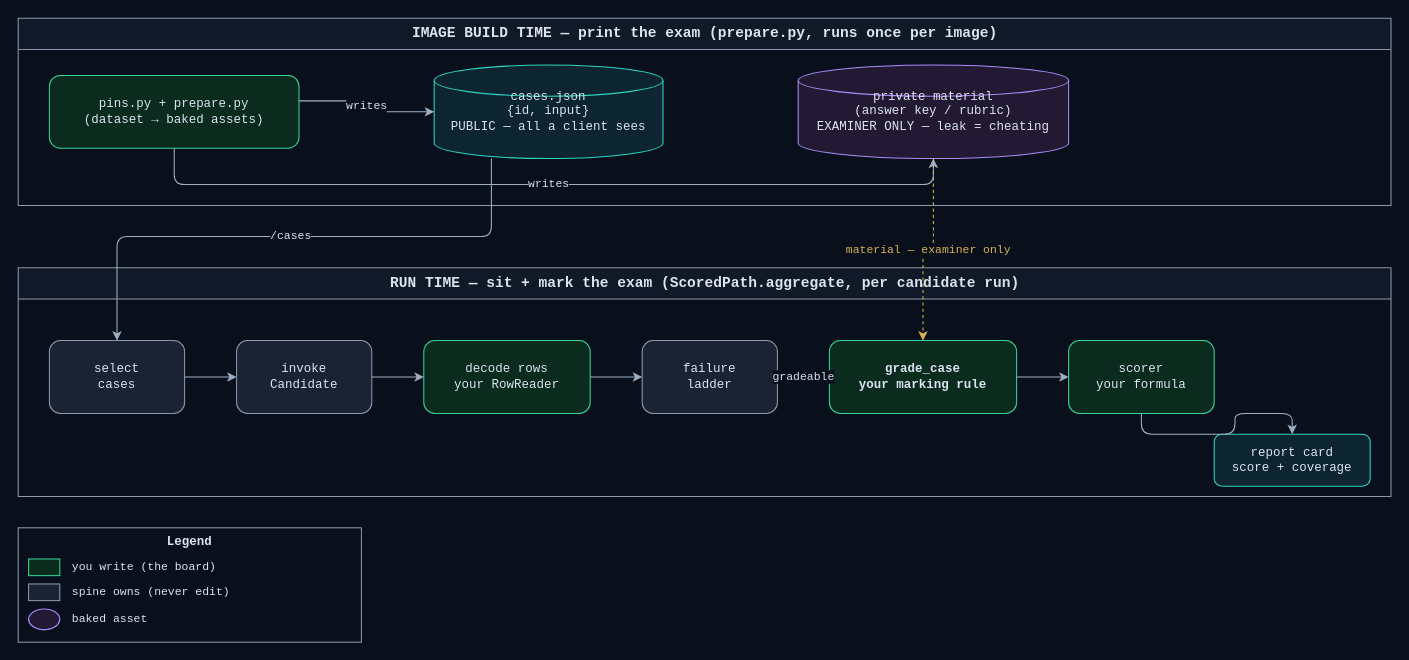
Before: apps/screamingface-engine/docs/diagrams/benchmark-authoring-seam.drawio in ScreamingFace/screamingface, a draw.io diagram. Source tidied: cells renumbered, new cells numbered last; positions are measured from the earlier drawing's top-left corner, leaving out a move shared by most shapes. Both pictures are drawn from the tidied source at 104%, with x=0, y=0 at pixel (18, 18).
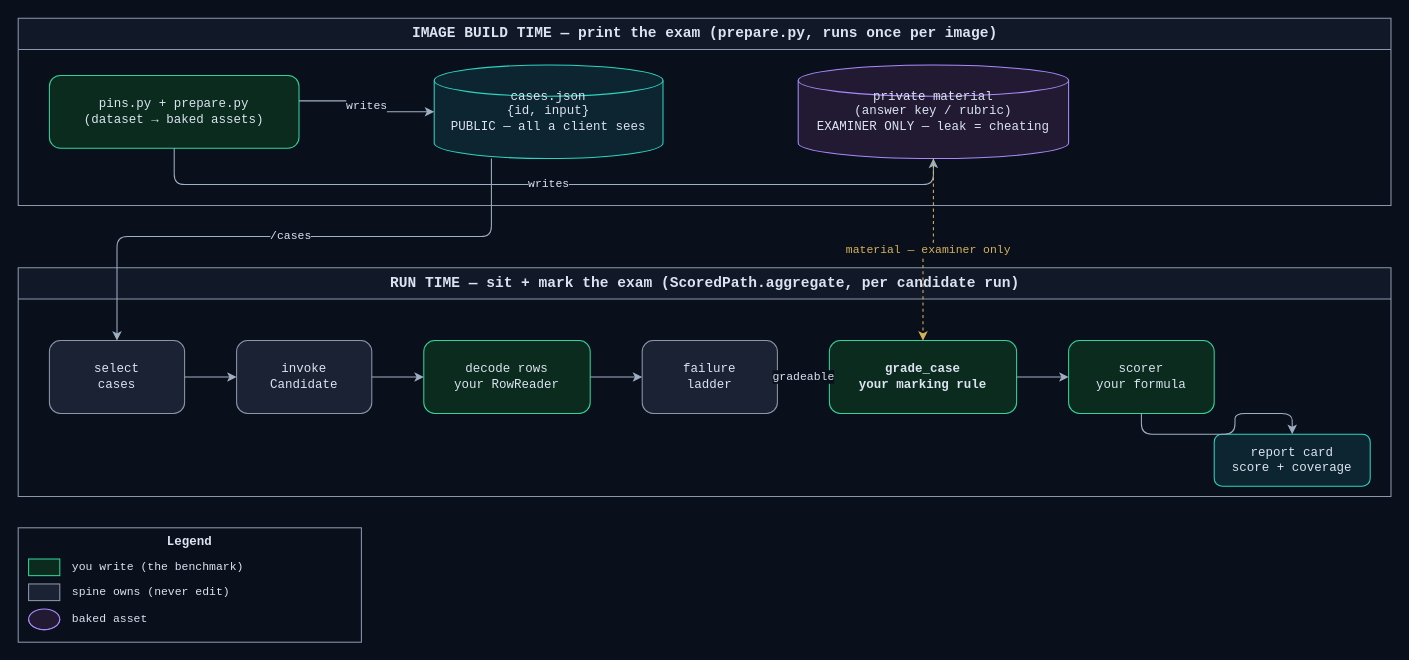
After the change.

The change refers to these unchanged cells:
```xml
<mxCell id="24" value="Legend" style="rounded=0;whiteSpace=wrap;html=1;fillColor=none;strokeColor=#8b98ab;fontColor=#dbe4f0;fontFamily=Courier New;fontSize=12;verticalAlign=top;fontStyle=1;" parent="1" vertex="1">
  <mxGeometry y="490" width="330" height="110" as="geometry" />
</mxCell>
```

Diff of the diagram source:
```diff
@@
-    <mxCell id="26" value="you write (the board)" style="text;html=1;align=left;verticalAlign=middle;fontColor=#dbe4f0;fontFamily=Courier New;fontSize=11;" parent="24" vertex="1">
+    <mxCell id="26" value="you write (the benchmark)" style="text;html=1;align=left;verticalAlign=middle;fontColor=#dbe4f0;fontFamily=Courier New;fontSize=11;" parent="24" vertex="1">
       <mxGeometry x="50" y="28" width="270" height="20" as="geometry" />
     </mxCell>
```
